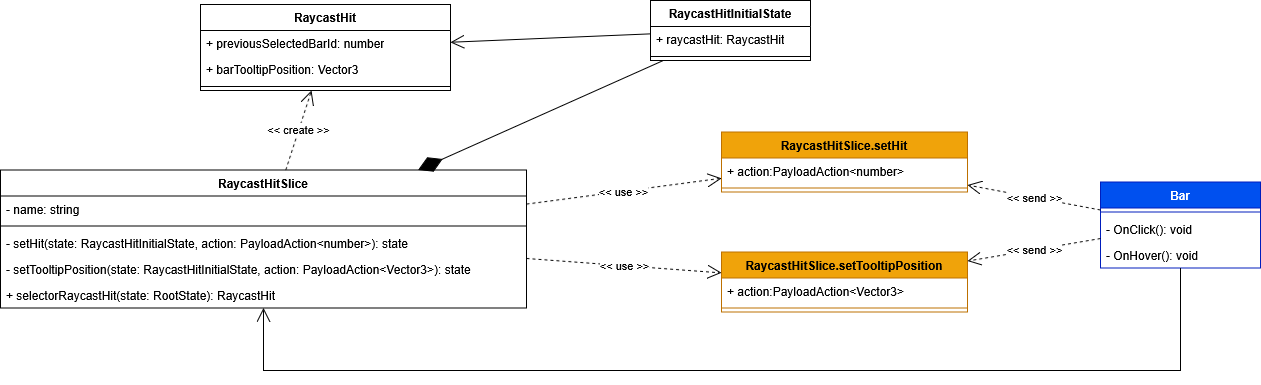
Earlier version of the draw.io export Docs/PB/Generali Esterni/specifica_tecnica/template/images/uml_front/logic/raycasthitslice.png (6BitBusters/6BitBusters.github.io). Source tidied: cells renumbered, new cells last; positions are measured from the earlier drawing's top-left corner, leaving out a move shared by most shapes. The source it was exported from:
```xml
<mxGraphModel>
  <root>
    <mxCell id="0" />
    <mxCell id="1" parent="0" />
    <mxCell id="2" value="RaycastHit" style="swimlane;fontStyle=1;align=center;verticalAlign=top;horizontal=1;startSize=26;whiteSpace=wrap;html=1;" parent="1" vertex="1">
      <mxGeometry x="200" y="4" width="250" height="86" as="geometry" />
    </mxCell>
    <mxCell id="3" value="+ previousSelectedBarId: number" style="text;strokeColor=none;fillColor=none;align=left;verticalAlign=top;spacingLeft=4;spacingRight=4;overflow=hidden;whiteSpace=wrap;html=1;" parent="2" vertex="1">
      <mxGeometry y="26" width="250" height="26" as="geometry" />
    </mxCell>
    <mxCell id="4" value="+ barTooltipPosition: Vector3" style="text;strokeColor=none;fillColor=none;align=left;verticalAlign=top;spacingLeft=4;spacingRight=4;overflow=hidden;whiteSpace=wrap;html=1;" parent="2" vertex="1">
      <mxGeometry y="52" width="250" height="26" as="geometry" />
    </mxCell>
    <mxCell id="5" style="line;strokeWidth=1;fillColor=none;align=left;verticalAlign=middle;spacingTop=-1;spacingLeft=3;spacingRight=3;labelPosition=right;strokeColor=inherit;" parent="2" vertex="1">
      <mxGeometry y="78" width="250" height="8" as="geometry" />
    </mxCell>
    <mxCell id="6" value="RaycastHitSlice" style="swimlane;fontStyle=1;align=center;verticalAlign=top;horizontal=1;startSize=26;whiteSpace=wrap;html=1;" parent="1" vertex="1">
      <mxGeometry y="169.5" width="526" height="138" as="geometry" />
    </mxCell>
    <mxCell id="7" value="- name: string" style="text;strokeColor=none;fillColor=none;align=left;verticalAlign=top;spacingLeft=4;spacingRight=4;overflow=hidden;whiteSpace=wrap;html=1;" parent="6" vertex="1">
      <mxGeometry y="26" width="526" height="26" as="geometry" />
    </mxCell>
    <mxCell id="8" style="line;strokeWidth=1;fillColor=none;align=left;verticalAlign=middle;spacingTop=-1;spacingLeft=3;spacingRight=3;labelPosition=right;strokeColor=inherit;" parent="6" vertex="1">
      <mxGeometry y="52" width="526" height="8" as="geometry" />
    </mxCell>
    <mxCell id="9" value="- setHit(state: RaycastHitInitialState, action: PayloadAction&amp;lt;number&amp;gt;): state" style="text;strokeColor=none;fillColor=none;align=left;verticalAlign=top;spacingLeft=4;spacingRight=4;overflow=hidden;whiteSpace=wrap;html=1;" parent="6" vertex="1">
      <mxGeometry y="60" width="526" height="26" as="geometry" />
    </mxCell>
    <mxCell id="10" value="- setTooltipPosition(state: RaycastHitInitialState, action: PayloadAction&amp;lt;Vector3&amp;gt;): state" style="text;strokeColor=none;fillColor=none;align=left;verticalAlign=top;spacingLeft=4;spacingRight=4;overflow=hidden;whiteSpace=wrap;html=1;" parent="6" vertex="1">
      <mxGeometry y="86" width="526" height="26" as="geometry" />
    </mxCell>
    <mxCell id="11" value="+ selectorRaycastHit(state: RootState): RaycastHit" style="text;strokeColor=none;fillColor=none;align=left;verticalAlign=top;spacingLeft=4;spacingRight=4;overflow=hidden;whiteSpace=wrap;html=1;" parent="6" vertex="1">
      <mxGeometry y="112" width="526" height="26" as="geometry" />
    </mxCell>
    <mxCell id="12" value="RaycastHitInitialState" style="swimlane;fontStyle=1;align=center;verticalAlign=top;horizontal=1;startSize=26;whiteSpace=wrap;html=1;" parent="1" vertex="1">
      <mxGeometry x="650" width="160" height="60" as="geometry" />
    </mxCell>
    <mxCell id="13" value="&lt;div&gt;+ raycastHit: RaycastHit&lt;/div&gt;" style="text;strokeColor=none;fillColor=none;align=left;verticalAlign=top;spacingLeft=4;spacingRight=4;overflow=hidden;whiteSpace=wrap;html=1;" parent="12" vertex="1">
      <mxGeometry y="26" width="160" height="26" as="geometry" />
    </mxCell>
    <mxCell id="14" style="line;strokeWidth=1;fillColor=none;align=left;verticalAlign=middle;spacingTop=-1;spacingLeft=3;spacingRight=3;labelPosition=right;strokeColor=inherit;" parent="12" vertex="1">
      <mxGeometry y="52" width="160" height="8" as="geometry" />
    </mxCell>
    <mxCell id="15" style="endArrow=open;endFill=1;endSize=12;html=1;rounded=0;" parent="1" edge="1" source="12" target="2">
      <mxGeometry relative="1" as="geometry" />
    </mxCell>
    <mxCell id="16" style="endArrow=diamondThin;endFill=1;endSize=24;html=1;rounded=0;" parent="1" edge="1" source="12" target="6">
      <mxGeometry relative="1" as="geometry" />
    </mxCell>
    <mxCell id="17" value="&amp;lt;&amp;lt; create &amp;gt;&amp;gt;" style="endArrow=open;endSize=12;dashed=1;html=1;rounded=0;" parent="1" edge="1" source="6" target="2">
      <mxGeometry relative="1" as="geometry" />
    </mxCell>
    <mxCell id="18" value="RaycastHitSlice.setHit" style="swimlane;fontStyle=1;align=center;verticalAlign=top;horizontal=1;startSize=26;whiteSpace=wrap;html=1;fillColor=#f0a30a;fontColor=#000000;strokeColor=#BD7000;" parent="1" vertex="1">
      <mxGeometry x="721" y="131.5" width="246" height="60" as="geometry" />
    </mxCell>
    <mxCell id="19" value="+ action:PayloadAction&amp;lt;number&amp;gt;" style="text;strokeColor=none;fillColor=none;align=left;verticalAlign=top;spacingLeft=4;spacingRight=4;overflow=hidden;whiteSpace=wrap;html=1;" parent="18" vertex="1">
      <mxGeometry y="26" width="246" height="26" as="geometry" />
    </mxCell>
    <mxCell id="20" style="line;strokeWidth=1;fillColor=none;align=left;verticalAlign=middle;spacingTop=-1;spacingLeft=3;spacingRight=3;labelPosition=right;strokeColor=inherit;" parent="18" vertex="1">
      <mxGeometry y="52" width="246" height="8" as="geometry" />
    </mxCell>
    <mxCell id="21" value="RaycastHitSlice.setTooltipPosition" style="swimlane;fontStyle=1;align=center;verticalAlign=top;horizontal=1;startSize=26;whiteSpace=wrap;html=1;fillColor=#f0a30a;fontColor=#000000;strokeColor=#BD7000;" parent="1" vertex="1">
      <mxGeometry x="721" y="251.5" width="246" height="60" as="geometry" />
    </mxCell>
    <mxCell id="22" value="+ action:PayloadAction&amp;lt;Vector3&amp;gt;" style="text;strokeColor=none;fillColor=none;align=left;verticalAlign=top;spacingLeft=4;spacingRight=4;overflow=hidden;whiteSpace=wrap;html=1;" parent="21" vertex="1">
      <mxGeometry y="26" width="246" height="26" as="geometry" />
    </mxCell>
    <mxCell id="23" style="line;strokeWidth=1;fillColor=none;align=left;verticalAlign=middle;spacingTop=-1;spacingLeft=3;spacingRight=3;labelPosition=right;strokeColor=inherit;" parent="21" vertex="1">
      <mxGeometry y="52" width="246" height="8" as="geometry" />
    </mxCell>
    <mxCell id="24" value="&amp;lt;&amp;lt; use &amp;gt;&amp;gt;" style="endArrow=open;endSize=12;dashed=1;html=1;rounded=0;" parent="1" edge="1" source="6" target="18">
      <mxGeometry relative="1" as="geometry" />
    </mxCell>
    <mxCell id="25" value="&amp;lt;&amp;lt; use &amp;gt;&amp;gt;" style="endArrow=open;endSize=12;dashed=1;html=1;rounded=0;" parent="1" edge="1" source="6" target="21">
      <mxGeometry relative="1" as="geometry" />
    </mxCell>
    <mxCell id="26" value="Bar" style="swimlane;fontStyle=1;align=center;verticalAlign=top;horizontal=1;startSize=26;whiteSpace=wrap;html=1;fillColor=#0050ef;fontColor=#ffffff;strokeColor=#001DBC;" parent="1" vertex="1">
      <mxGeometry x="1100" y="181.5" width="160" height="86" as="geometry" />
    </mxCell>
    <mxCell id="27" style="line;strokeWidth=1;fillColor=none;align=left;verticalAlign=middle;spacingTop=-1;spacingLeft=3;spacingRight=3;labelPosition=right;strokeColor=inherit;" parent="26" vertex="1">
      <mxGeometry y="26" width="160" height="8" as="geometry" />
    </mxCell>
    <mxCell id="28" value="- OnClick(): void" style="text;strokeColor=none;fillColor=none;align=left;verticalAlign=top;spacingLeft=4;spacingRight=4;overflow=hidden;whiteSpace=wrap;html=1;" parent="26" vertex="1">
      <mxGeometry y="34" width="160" height="26" as="geometry" />
    </mxCell>
    <mxCell id="29" value="- OnHover(): void" style="text;strokeColor=none;fillColor=none;align=left;verticalAlign=top;spacingLeft=4;spacingRight=4;overflow=hidden;points=[[0,0.5],[1,0.5]];portConstraint=eastwest;whiteSpace=wrap;html=1;" parent="26" vertex="1">
      <mxGeometry y="60" width="160" height="26" as="geometry" />
    </mxCell>
    <mxCell id="30" value="&amp;lt;&amp;lt; send &amp;gt;&amp;gt;" style="endArrow=open;endSize=12;dashed=1;html=1;rounded=0;" parent="1" edge="1" source="26" target="18">
      <mxGeometry relative="1" as="geometry" />
    </mxCell>
    <mxCell id="31" value="&amp;lt;&amp;lt; send &amp;gt;&amp;gt;" style="endArrow=open;endSize=12;dashed=1;html=1;rounded=0;" parent="1" edge="1" source="26" target="21">
      <mxGeometry relative="1" as="geometry" />
    </mxCell>
    <mxCell id="32" style="endArrow=open;endFill=1;endSize=12;html=1;rounded=0;" parent="1" edge="1" source="26" target="6">
      <mxGeometry relative="1" as="geometry">
        <Array as="points">
          <mxPoint x="1180" y="370" />
          <mxPoint x="263" y="370" />
        </Array>
      </mxGeometry>
    </mxCell>
  </root>
</mxGraphModel>
```
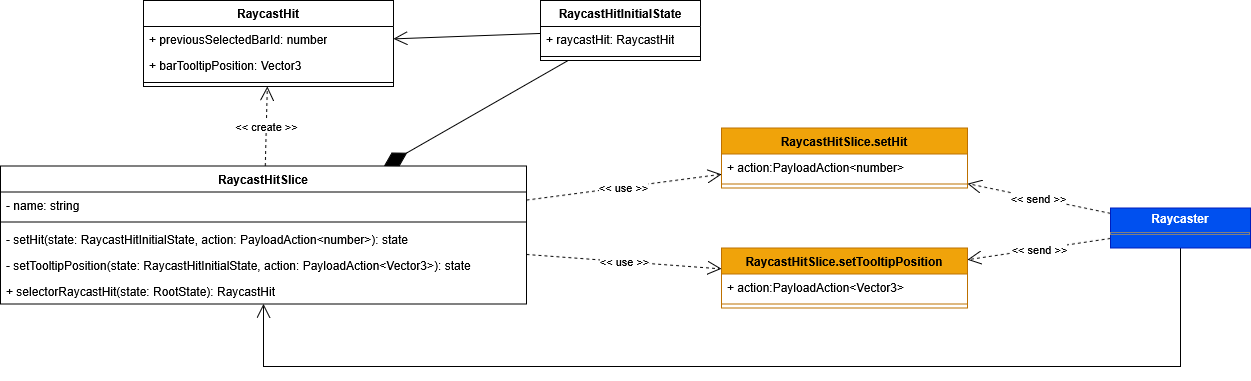
Above is the later version.

The edit, as a diff of the source:
```diff
@@ -3,7 +3,7 @@
     <mxCell id="0" />
     <mxCell id="1" parent="0" />
     <mxCell id="2" value="RaycastHit" style="swimlane;fontStyle=1;align=center;verticalAlign=top;horizontal=1;startSize=26;whiteSpace=wrap;html=1;" parent="1" vertex="1">
-      <mxGeometry x="200" y="4" width="250" height="86" as="geometry" />
+      <mxGeometry x="143" y="4" width="250" height="86" as="geometry" />
     </mxCell>
     <mxCell id="3" value="+ previousSelectedBarId: number" style="text;strokeColor=none;fillColor=none;align=left;verticalAlign=top;spacingLeft=4;spacingRight=4;overflow=hidden;whiteSpace=wrap;html=1;" parent="2" vertex="1">
       <mxGeometry y="26" width="250" height="26" as="geometry" />
@@ -33,7 +33,7 @@
       <mxGeometry y="112" width="526" height="26" as="geometry" />
     </mxCell>
     <mxCell id="12" value="RaycastHitInitialState" style="swimlane;fontStyle=1;align=center;verticalAlign=top;horizontal=1;startSize=26;whiteSpace=wrap;html=1;" parent="1" vertex="1">
-      <mxGeometry x="650" width="160" height="60" as="geometry" />
+      <mxGeometry x="540" y="4" width="160" height="60" as="geometry" />
     </mxCell>
     <mxCell id="13" value="&lt;div&gt;+ raycastHit: RaycastHit&lt;/div&gt;" style="text;strokeColor=none;fillColor=none;align=left;verticalAlign=top;spacingLeft=4;spacingRight=4;overflow=hidden;whiteSpace=wrap;html=1;" parent="12" vertex="1">
       <mxGeometry y="26" width="160" height="26" as="geometry" />
@@ -74,31 +74,22 @@
     <mxCell id="25" value="&amp;lt;&amp;lt; use &amp;gt;&amp;gt;" style="endArrow=open;endSize=12;dashed=1;html=1;rounded=0;" parent="1" edge="1" source="6" target="21">
       <mxGeometry relative="1" as="geometry" />
     </mxCell>
-    <mxCell id="26" value="Bar" style="swimlane;fontStyle=1;align=center;verticalAlign=top;horizontal=1;startSize=26;whiteSpace=wrap;html=1;fillColor=#0050ef;fontColor=#ffffff;strokeColor=#001DBC;" parent="1" vertex="1">
-      <mxGeometry x="1100" y="181.5" width="160" height="86" as="geometry" />
+    <mxCell id="26" value="&amp;lt;&amp;lt; send &amp;gt;&amp;gt;" style="endArrow=open;endSize=12;dashed=1;html=1;rounded=0;" parent="1" edge="1" source="29" target="18">
+      <mxGeometry relative="1" as="geometry" />
     </mxCell>
-    <mxCell id="27" style="line;strokeWidth=1;fillColor=none;align=left;verticalAlign=middle;spacingTop=-1;spacingLeft=3;spacingRight=3;labelPosition=right;strokeColor=inherit;" parent="26" vertex="1">
-      <mxGeometry y="26" width="160" height="8" as="geometry" />
+    <mxCell id="27" value="&amp;lt;&amp;lt; send &amp;gt;&amp;gt;" style="endArrow=open;endSize=12;dashed=1;html=1;rounded=0;" parent="1" edge="1" source="29" target="21">
+      <mxGeometry relative="1" as="geometry" />
     </mxCell>
-    <mxCell id="28" value="- OnClick(): void" style="text;strokeColor=none;fillColor=none;align=left;verticalAlign=top;spacingLeft=4;spacingRight=4;overflow=hidden;whiteSpace=wrap;html=1;" parent="26" vertex="1">
-      <mxGeometry y="34" width="160" height="26" as="geometry" />
+    <mxCell id="28" style="endArrow=open;endFill=1;endSize=12;html=1;rounded=0;" parent="1" edge="1" source="29" target="6">
+      <mxGeometry relative="1" as="geometry">
+        <Array as="points">
+          <mxPoint x="1180" y="370" />
+          <mxPoint x="263" y="370" />
+        </Array>
+      </mxGeometry>
     </mxCell>
-    <mxCell id="29" value="- OnHover(): void" style="text;strokeColor=none;fillColor=none;align=left;verticalAlign=top;spacingLeft=4;spacingRight=4;overflow=hidden;points=[[0,0.5],[1,0.5]];portConstraint=eastwest;whiteSpace=wrap;html=1;" parent="26" vertex="1">
-      <mxGeometry y="60" width="160" height="26" as="geometry" />
+    <mxCell id="29" value="&lt;p style=&quot;margin:0px;margin-top:4px;text-align:center;&quot;&gt;&lt;b&gt;Raycaster&lt;/b&gt;&lt;/p&gt;&lt;hr size=&quot;1&quot; style=&quot;border-style:solid;&quot;&gt;&lt;div style=&quot;height:2px;&quot;&gt;&lt;/div&gt;" style="verticalAlign=top;align=left;overflow=fill;html=1;whiteSpace=wrap;fillColor=#0050ef;fontColor=#ffffff;strokeColor=#001DBC;" parent="1" vertex="1">
+      <mxGeometry x="1110" y="211.5" width="140" height="40" as="geometry" />
     </mxCell>
-    <mxCell id="30" value="&amp;lt;&amp;lt; send &amp;gt;&amp;gt;" style="endArrow=open;endSize=12;dashed=1;html=1;rounded=0;" parent="1" edge="1" source="26" target="18">
-      <mxGeometry relative="1" as="geometry" />
-    </mxCell>
-    <mxCell id="31" value="&amp;lt;&amp;lt; send &amp;gt;&amp;gt;" style="endArrow=open;endSize=12;dashed=1;html=1;rounded=0;" parent="1" edge="1" source="26" target="21">
-      <mxGeometry relative="1" as="geometry" />
-    </mxCell>
-    <mxCell id="32" style="endArrow=open;endFill=1;endSize=12;html=1;rounded=0;" parent="1" edge="1" source="26" target="6">
-      <mxGeometry relative="1" as="geometry">
-        <Array as="points">
-          <mxPoint x="1180" y="370" />
-          <mxPoint x="263" y="370" />
-        </Array>
-      </mxGeometry>
-    </mxCell>
   </root>
 </mxGraphModel>
```
